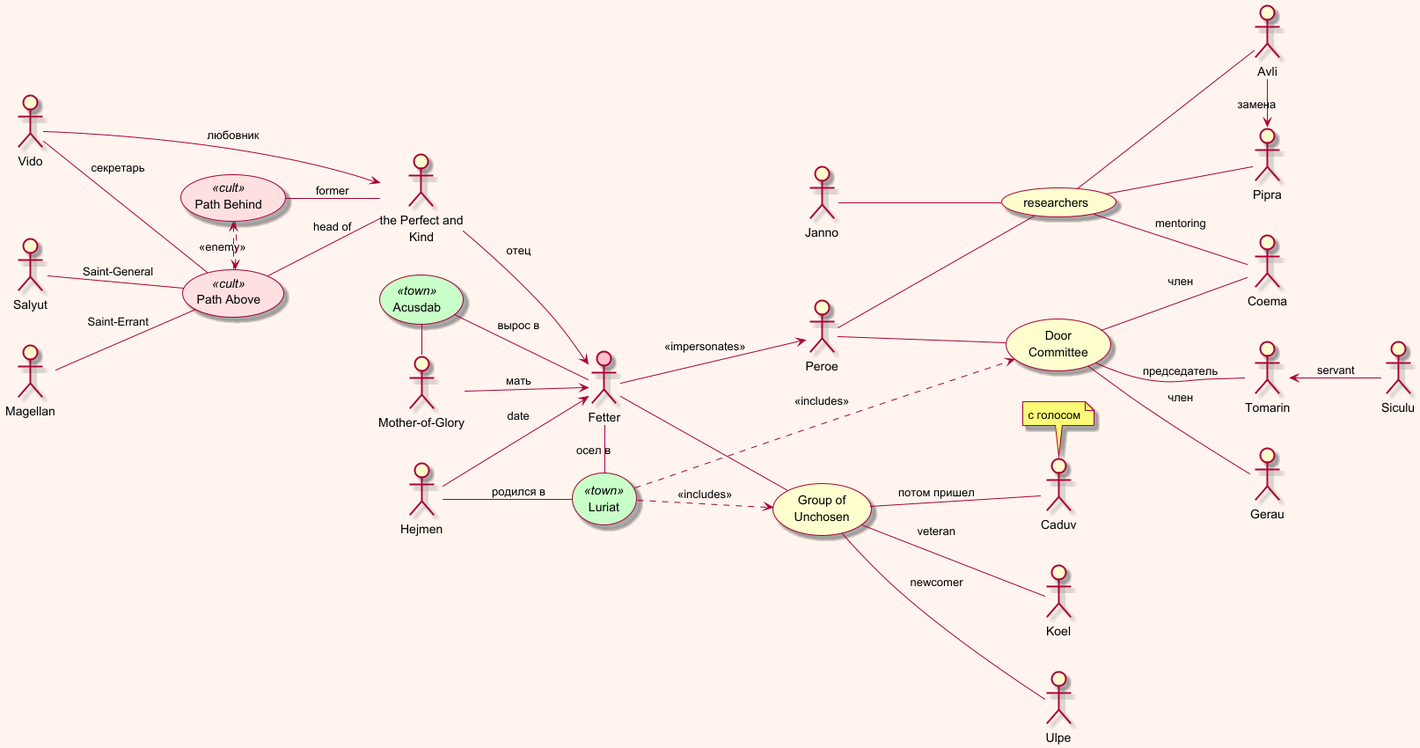
Before: The Saint of Bright Doors/The Saint of Bright Doors.png, a diagram exported from PlantUML (olek3/reading).
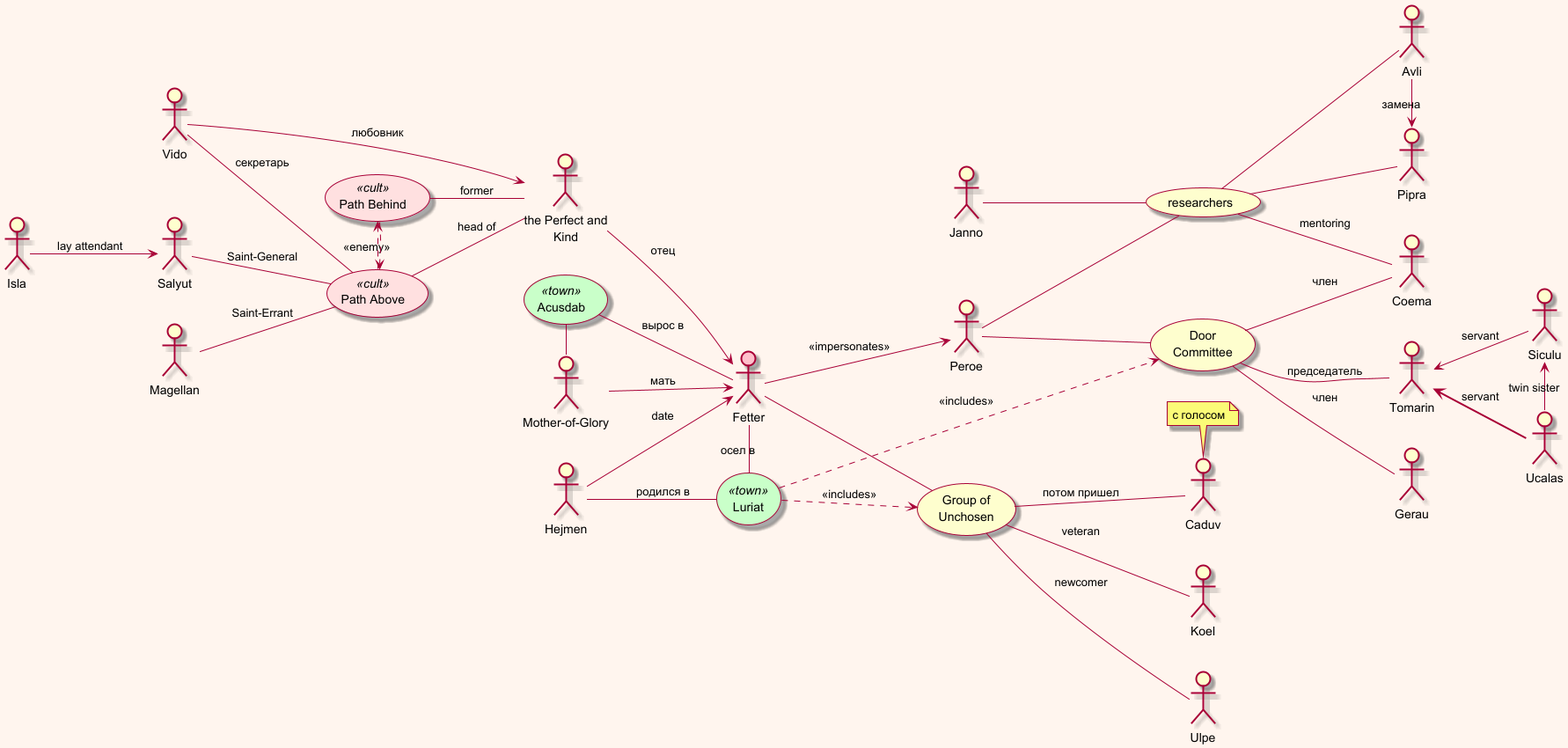
After the change.

Commit message:
сестра слуги и слуга генерала

Diff of the diagram source:
```diff
@@ -95,4 +95,12 @@
 
 :Avli: -> :Pipra: : замена
 
+
+:Siculu: <- :Ucalas: : twin sister
+
+:Tomarin: <== :Ucalas: : servant
+
+
+:Isla: --> :Salyut: : lay attendant
+
 @enduml
```
